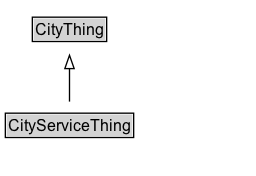
Earlier version of the Graphviz export docs/diagrams/CityServiceThing.dot.png (ISO-TC204/ontology-cdm-p2-v1). Its source is kept beside it as docs/diagrams/CityServiceThing.dot. Its diagram source:
```dot
digraph {
	graph [overlap=false rankdir=TB splines=true]
	node [fontname=Arial fontsize=12 margin=0 shape=none]
	edge [fontname=Arial fontsize=11]
	{
		rank=max
		CityServiceThing [label=<<TABLE BORDER="1" CELLBORDER="0" CELLSPACING="0" CELLPADDING="1"><TR><TD BGCOLOR="lightgray" ALIGN="CENTER" PORT="e">CityServiceThing</TD></TR></TABLE>> URL="../CityServiceThing.md" margin=0]
	}
	subgraph cluster_associated {
		label="" style=invis
		Invis [label=<<TABLE BORDER="0" CELLBORDER="0" CELLSPACING="0" CELLPADDING="1"><TR><TD></TD></TR></TABLE>> margin=0 style=invis]
	}
	CityThing [label=<<TABLE BORDER="1" CELLBORDER="0" CELLSPACING="0" CELLPADDING="1"><TR><TD BGCOLOR="lightgray" ALIGN="CENTER">CityThing</TD></TR></TABLE>> URL="../CityThing.md" margin=0]
	CityServiceThing -> CityThing [arrowhead=onormal style=solid]
}
```
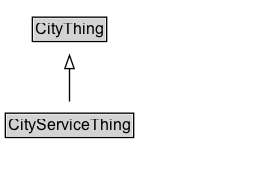
Above is the later version.

The edit, as a diff of the source:
```diff
@@ -3,13 +3,16 @@
 	node [fontname=Arial fontsize=12 margin=0 shape=none]
 	edge [fontname=Arial fontsize=11]
 	{
+		rank=source
+		CityThing [label=<<TABLE BORDER="1" CELLBORDER="0" CELLSPACING="0" CELLPADDING="1"><TR><TD BGCOLOR="lightgray" ALIGN="CENTER">CityThing</TD></TR></TABLE>> URL="../CityThing" margin=0]
+	}
+	CityServiceThing [label=<<TABLE BORDER="1" CELLBORDER="0" CELLSPACING="0" CELLPADDING="1"><TR><TD BGCOLOR="lightgray" ALIGN="CENTER">CityServiceThing</TD></TR></TABLE>> URL="../CityServiceThing" margin=0]
+	{
 		rank=max
-		CityServiceThing [label=<<TABLE BORDER="1" CELLBORDER="0" CELLSPACING="0" CELLPADDING="1"><TR><TD BGCOLOR="lightgray" ALIGN="CENTER" PORT="e">CityServiceThing</TD></TR></TABLE>> URL="../CityServiceThing.md" margin=0]
 	}
 	subgraph cluster_associated {
 		label="" style=invis
 		Invis [label=<<TABLE BORDER="0" CELLBORDER="0" CELLSPACING="0" CELLPADDING="1"><TR><TD></TD></TR></TABLE>> margin=0 style=invis]
 	}
-	CityThing [label=<<TABLE BORDER="1" CELLBORDER="0" CELLSPACING="0" CELLPADDING="1"><TR><TD BGCOLOR="lightgray" ALIGN="CENTER">CityThing</TD></TR></TABLE>> URL="../CityThing.md" margin=0]
 	CityServiceThing -> CityThing [arrowhead=onormal style=solid]
 }
```
